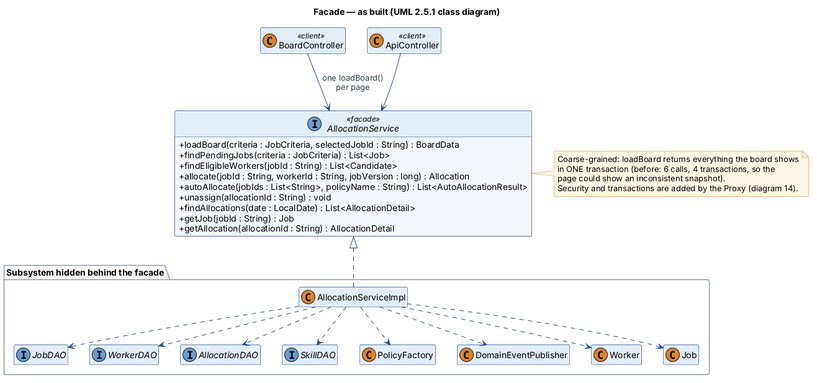
Earlier version of the PlantUML export diagrams/png/11-facade.png (jaricsng/ooad-3tier-job-allocation).
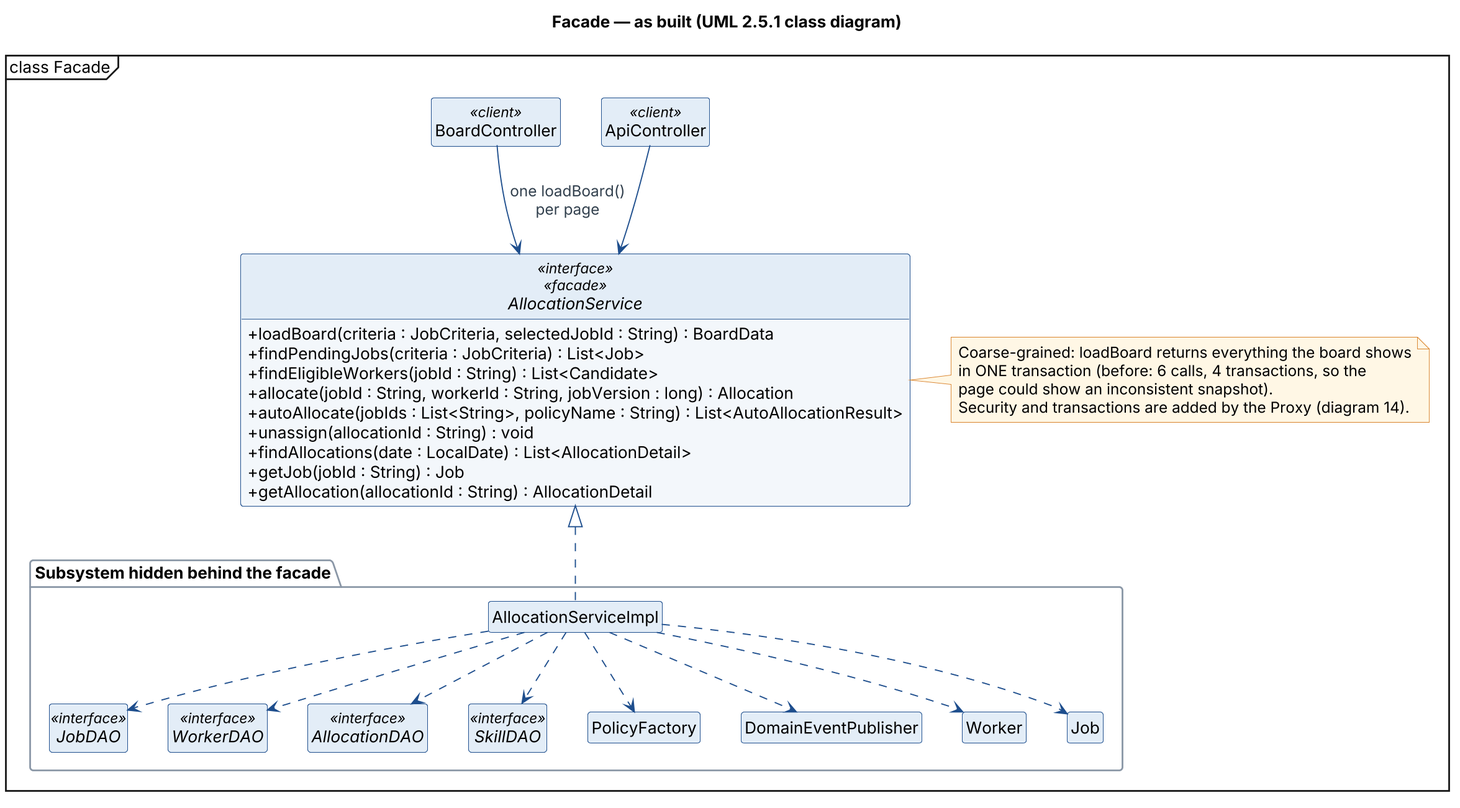
After the commit.

The edit, as a diff of the source:
```diff
@@ -1,12 +1,14 @@
 @startuml
+skinparamlocked dpi 180
 !include style.iuml
+mainframe class Facade
 skinparam classAttributeIconSize 0
 hide empty members
 title Facade — as built (UML 2.5.1 class diagram)
 
 class BoardController <<client>>
 class ApiController <<client>>
-interface AllocationService <<facade>> {
+interface AllocationService <<interface>> <<facade>> {
   +loadBoard(criteria : JobCriteria, selectedJobId : String) : BoardData
   +findPendingJobs(criteria : JobCriteria) : List<Job>
   +findEligibleWorkers(jobId : String) : List<Candidate>
@@ -19,10 +21,10 @@
 }
 package "Subsystem hidden behind the facade" {
   class AllocationServiceImpl
-  interface JobDAO
-  interface WorkerDAO
-  interface AllocationDAO
-  interface SkillDAO
+  interface JobDAO <<interface>>
+  interface WorkerDAO <<interface>>
+  interface AllocationDAO <<interface>>
+  interface SkillDAO <<interface>>
   class PolicyFactory
   class DomainEventPublisher
   class Worker
```
